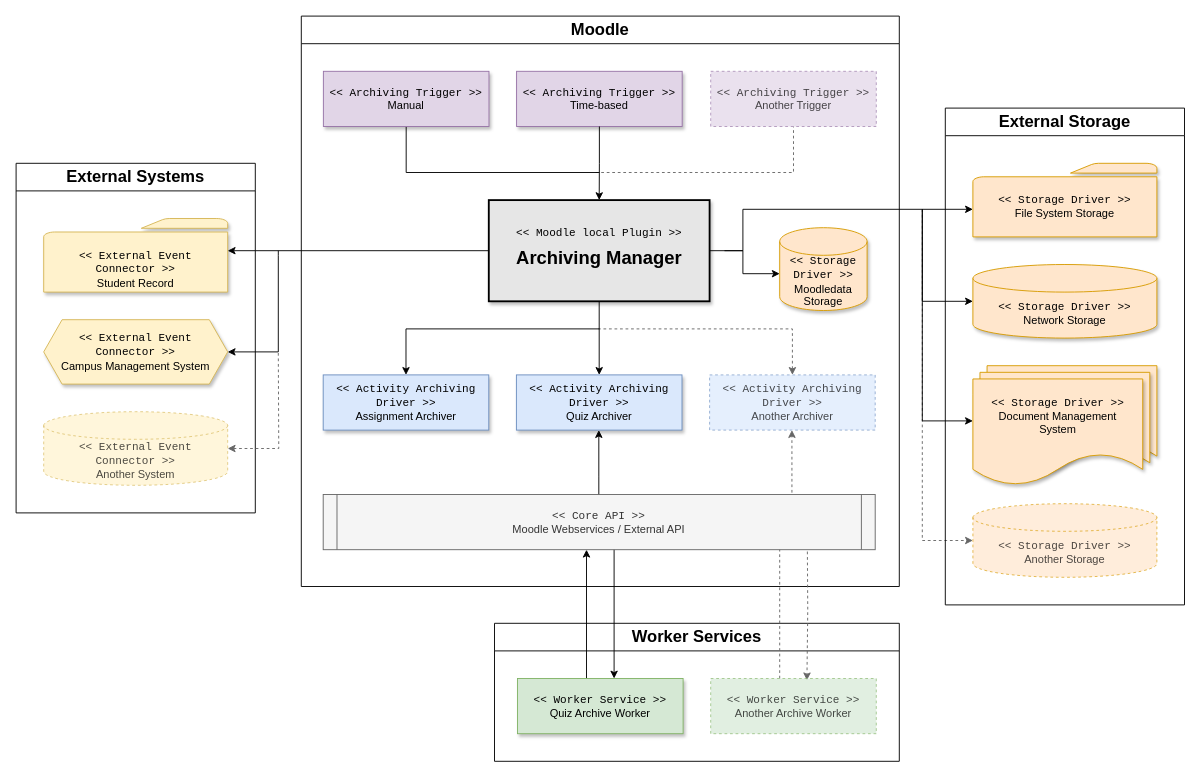
The draw.io diagram docs/assets/diagrams/architecture-overview.drawio in ngandrass/moodle-local_archiving, before the edit. Source tidied: cells renumbered, new cells numbered last; positions are measured from the earlier drawing's top-left corner, leaving out a move shared by most shapes. Both pictures are drawn from the tidied source at 92%, with x=0, y=0 at pixel (16, 16).
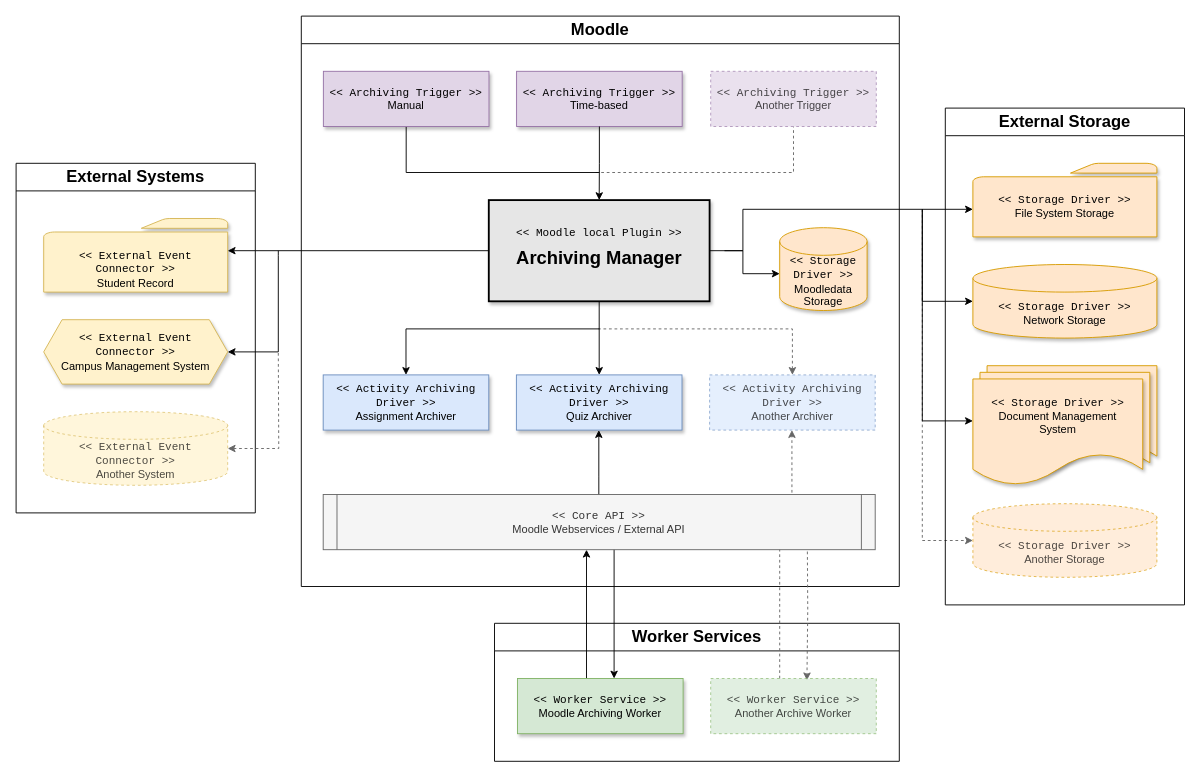
The same page after the edit.

Commit message (it also covers changes not shown here):
docs: Rename "Quiz Archive Worker" to "Moodle Archiving Worker" in diagrams

What changed in the source:
```diff
@@
-    <mxCell id="38" value="&lt;font face=&quot;Courier New&quot; style=&quot;font-size: 12px;&quot;&gt;&amp;lt;&amp;lt; Worker Service &amp;gt;&amp;gt;&lt;/font&gt;&lt;div style=&quot;&quot;&gt;Quiz Archive Worker&lt;/div&gt;" style="rounded=0;whiteSpace=wrap;html=1;fillColor=#d5e8d4;strokeColor=#82b366;spacing=2;shadow=1;" parent="1" vertex="1">
+    <mxCell id="38" value="&lt;font face=&quot;Courier New&quot; style=&quot;font-size: 12px;&quot;&gt;&amp;lt;&amp;lt; Worker Service &amp;gt;&amp;gt;&lt;/font&gt;&lt;div style=&quot;&quot;&gt;Moodle Archiving Worker&lt;/div&gt;" style="rounded=0;whiteSpace=wrap;html=1;fillColor=#d5e8d4;strokeColor=#82b366;spacing=2;shadow=1;" parent="1" vertex="1">
       <mxGeometry x="545" y="720" width="180" height="60" as="geometry" />
     </mxCell>
```
